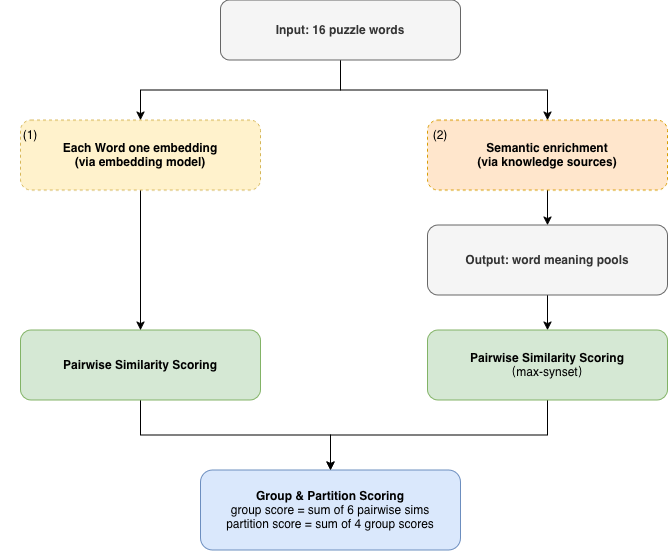
Before: Studienarbeit-Template/img/connections-score-function.png, a diagram exported from draw.io (Zoehong11/studienarbeit-thesis). Source tidied: cells renumbered, new cells last; positions are measured from the earlier drawing's top-left corner, leaving out a move shared by most shapes.
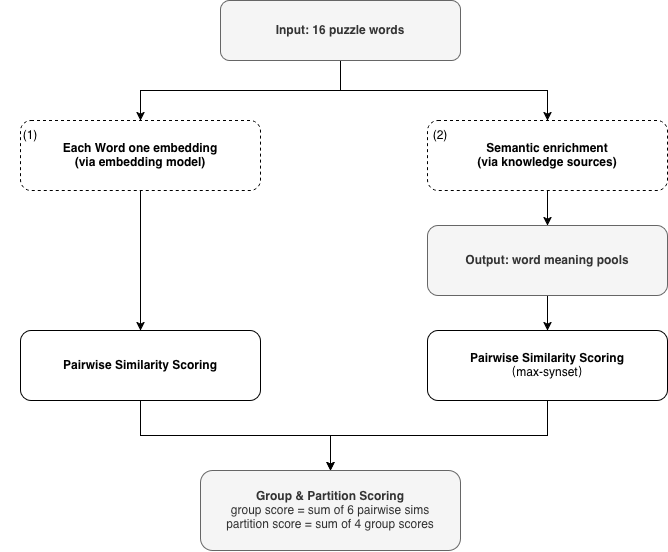
The same file after the commit.

Change to the diagram source:
```diff
@@ -14,7 +14,7 @@
     <mxCell id="5" style="edgeStyle=orthogonalEdgeStyle;rounded=0;jettySize=auto;html=1;" parent="1" edge="1" source="6" target="11">
       <mxGeometry relative="1" as="geometry" />
     </mxCell>
-    <mxCell id="6" value="Pairwise Similarity Scoring" style="rounded=1;whiteSpace=wrap;html=1;fillColor=#d5e8d4;strokeColor=#82b366;fontSize=12;fontStyle=1;" parent="1" vertex="1">
+    <mxCell id="6" value="Pairwise Similarity Scoring" style="rounded=1;whiteSpace=wrap;html=1;fontSize=12;fontStyle=1;" parent="1" vertex="1">
       <mxGeometry x="20" y="330" width="240" height="70" as="geometry" />
     </mxCell>
     <mxCell id="7" style="edgeStyle=orthogonalEdgeStyle;rounded=0;jettySize=auto;html=1;entryX=0.5;entryY=0;entryDx=0;entryDy=0;" parent="1" edge="1" source="16" target="10">
@@ -29,13 +29,13 @@
     <mxCell id="10" value="Output: word meaning pools" style="rounded=1;whiteSpace=wrap;html=1;fillColor=#f5f5f5;strokeColor=#666666;fontSize=12;fontStyle=1;fontColor=#333333;" parent="1" vertex="1">
       <mxGeometry x="427" y="225" width="240" height="70" as="geometry" />
     </mxCell>
-    <mxCell id="11" value="Group &amp;amp; Partition Scoring&lt;br&gt;&lt;span style=&quot;font-weight: normal;&quot;&gt;group score = sum of 6 pairwise sims&lt;br&gt;partition score = sum of 4 group scores&lt;/span&gt;" style="rounded=1;whiteSpace=wrap;html=1;fillColor=#dae8fc;strokeColor=#6c8ebf;fontSize=12;fontStyle=1;" parent="1" vertex="1">
+    <mxCell id="11" value="Group &amp;amp; Partition Scoring&lt;br&gt;&lt;span style=&quot;font-weight: normal;&quot;&gt;group score = sum of 6 pairwise sims&lt;br&gt;partition score = sum of 4 group scores&lt;/span&gt;" style="rounded=1;whiteSpace=wrap;html=1;fillColor=#f5f5f5;strokeColor=#666666;fontSize=12;fontStyle=1;fontColor=#333333;" parent="1" vertex="1">
       <mxGeometry x="200" y="470" width="260" height="80" as="geometry" />
     </mxCell>
     <mxCell id="12" style="group;" parent="1" vertex="1">
       <mxGeometry y="120" width="260" height="70" as="geometry" />
     </mxCell>
-    <mxCell id="13" value="Each Word one embedding&lt;br&gt;(via embedding model)" style="rounded=1;whiteSpace=wrap;html=1;fillColor=#FFF2CC;strokeColor=#D6B656;dashed=1;fontSize=12;fontStyle=1;" parent="12" vertex="1">
+    <mxCell id="13" value="Each Word one embedding&lt;br&gt;(via embedding model)" style="rounded=1;whiteSpace=wrap;html=1;dashed=1;fontSize=12;fontStyle=1;" parent="12" vertex="1">
       <mxGeometry x="20" width="240" height="70" as="geometry" />
     </mxCell>
     <mxCell id="14" value="(1)" style="text;html=1;whiteSpace=wrap;strokeColor=none;fillColor=none;align=center;verticalAlign=middle;rounded=0;" parent="12" vertex="1">
@@ -44,7 +44,7 @@
     <mxCell id="15" style="group;" parent="1" vertex="1">
       <mxGeometry x="410" y="120" width="257" height="70" as="geometry" />
     </mxCell>
-    <mxCell id="16" value="Semantic enrichment&lt;br&gt;(via knowledge sources)" style="rounded=1;whiteSpace=wrap;html=1;fillColor=#ffe6cc;strokeColor=#d79b00;dashed=1;fontSize=12;fontStyle=1;" parent="15" vertex="1">
+    <mxCell id="16" value="Semantic enrichment&lt;br&gt;(via knowledge sources)" style="rounded=1;whiteSpace=wrap;html=1;dashed=1;fontSize=12;fontStyle=1;" parent="15" vertex="1">
       <mxGeometry x="17" width="240" height="70" as="geometry" />
     </mxCell>
     <mxCell id="17" value="(2)" style="text;html=1;whiteSpace=wrap;strokeColor=none;fillColor=none;align=center;verticalAlign=middle;rounded=0;" parent="15" vertex="1">
@@ -53,7 +53,7 @@
     <mxCell id="18" style="edgeStyle=orthogonalEdgeStyle;rounded=0;jettySize=auto;html=1;" parent="1" edge="1" source="19" target="11">
       <mxGeometry relative="1" as="geometry" />
     </mxCell>
-    <mxCell id="19" value="&lt;div&gt;Pairwise Similarity Scoring&lt;/div&gt;&lt;div&gt;&lt;span style=&quot;font-weight: normal;&quot;&gt;（max-synset）&lt;/span&gt;&lt;/div&gt;" style="rounded=1;whiteSpace=wrap;html=1;fillColor=#d5e8d4;strokeColor=#82b366;fontSize=12;fontStyle=1;" parent="1" vertex="1">
+    <mxCell id="19" value="&lt;div&gt;Pairwise Similarity Scoring&lt;/div&gt;&lt;div&gt;&lt;span style=&quot;font-weight: normal;&quot;&gt;（max-synset）&lt;/span&gt;&lt;/div&gt;" style="rounded=1;whiteSpace=wrap;html=1;fontSize=12;fontStyle=1;" parent="1" vertex="1">
       <mxGeometry x="427" y="330" width="240" height="70" as="geometry" />
     </mxCell>
   </root>
```
